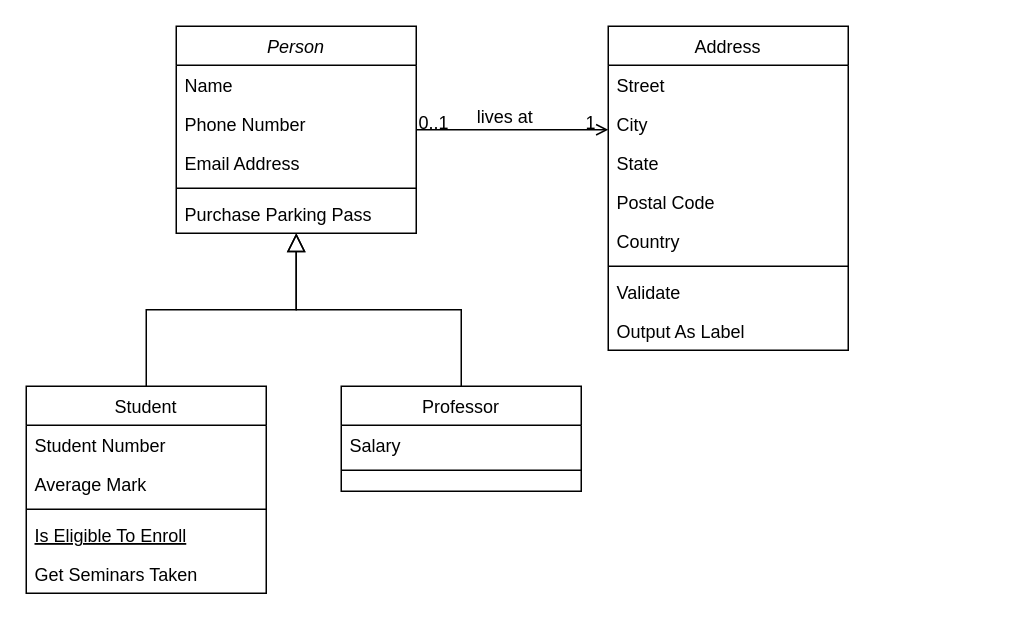
8981/ToDoListAsp.Net keeps this draw.io diagram as Untitled Diagram.drawio. Above is the earlier version. Source tidied: cells renumbered, new cells numbered last; positions are measured from the earlier drawing's top-left corner, leaving out a move shared by most shapes. Both pictures are drawn from the tidied source at 150%, with x=0, y=0 at pixel (26, 26).
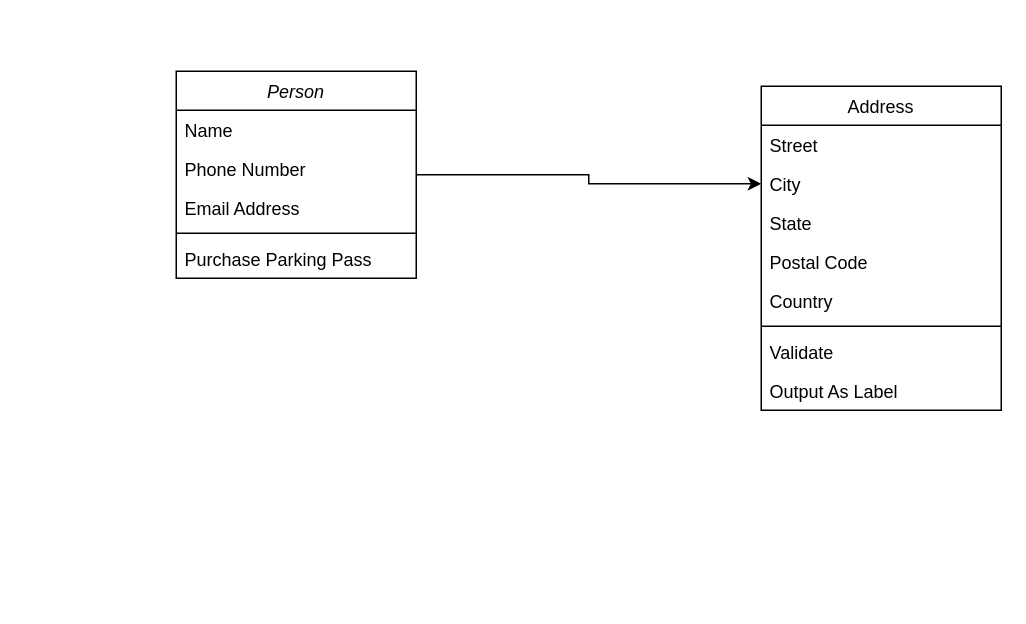
The same page after the edit.

Unchanged cells that the change refers to:
```xml
<mxCell id="21" value="City" style="text;align=left;verticalAlign=top;spacingLeft=4;spacingRight=4;overflow=hidden;points=[[0,0.5],[1,0.5]];portConstraint=eastwest;rounded=0;shadow=0;html=0;" parent="19" vertex="1">
  <mxGeometry y="52" width="160" height="26" as="geometry" />
</mxCell>
```

The edit, as a diff of the source:
```diff
@@
+    <mxCell id="32" style="edgeStyle=orthogonalEdgeStyle;rounded=0;jettySize=auto;html=1;" parent="1" edge="1" source="2" target="21">
+      <mxGeometry relative="1" as="geometry" />
+    </mxCell>
     <mxCell id="2" value="Person" style="swimlane;fontStyle=2;align=center;verticalAlign=top;horizontal=1;startSize=26;rounded=0;shadow=0;strokeWidth=1;" parent="1" vertex="1">
-      <mxGeometry x="100" width="160" height="138" as="geometry" />
+      <mxGeometry x="100" y="30" width="160" height="138" as="geometry" />
     </mxCell>
@@
-    <mxCell id="8" value="Student" style="swimlane;fontStyle=0;align=center;verticalAlign=top;horizontal=1;startSize=26;rounded=0;shadow=0;strokeWidth=1;" parent="1" vertex="1">
-      <mxGeometry y="240" width="160" height="138" as="geometry" />
-    </mxCell>
-    <mxCell id="9" value="Student Number" style="text;align=left;verticalAlign=top;spacingLeft=4;spacingRight=4;overflow=hidden;" parent="8" vertex="1">
-      <mxGeometry y="26" width="160" height="26" as="geometry" />
-    </mxCell>
-    <mxCell id="10" value="Average Mark" style="text;align=left;verticalAlign=top;spacingLeft=4;spacingRight=4;overflow=hidden;rounded=0;shadow=0;html=0;" parent="8" vertex="1">
-      <mxGeometry y="52" width="160" height="26" as="geometry" />
-    </mxCell>
-    <mxCell id="11" style="line;html=1;strokeWidth=1;align=left;verticalAlign=middle;spacingTop=-1;spacingLeft=3;spacingRight=3;labelPosition=right;" parent="8" vertex="1">
-      <mxGeometry y="78" width="160" height="8" as="geometry" />
-    </mxCell>
-    <mxCell id="12" value="Is Eligible To Enroll" style="text;align=left;verticalAlign=top;spacingLeft=4;spacingRight=4;overflow=hidden;fontStyle=4;" parent="8" vertex="1">
-      <mxGeometry y="86" width="160" height="26" as="geometry" />
-    </mxCell>
-    <mxCell id="13" value="Get Seminars Taken" style="text;align=left;verticalAlign=top;spacingLeft=4;spacingRight=4;overflow=hidden;" parent="8" vertex="1">
-      <mxGeometry y="112" width="160" height="26" as="geometry" />
-    </mxCell>
-    <mxCell id="14" style="endArrow=block;endSize=10;endFill=0;shadow=0;strokeWidth=1;rounded=0;edgeStyle=elbowEdgeStyle;elbow=vertical;" parent="1" edge="1" source="8" target="2">
-      <mxGeometry relative="1" as="geometry" />
-    </mxCell>
-    <mxCell id="15" value="Professor" style="swimlane;fontStyle=0;align=center;verticalAlign=top;horizontal=1;startSize=26;rounded=0;shadow=0;strokeWidth=1;" parent="1" vertex="1">
-      <mxGeometry x="210" y="240" width="160" height="70" as="geometry" />
-    </mxCell>
-    <mxCell id="16" value="Salary" style="text;align=left;verticalAlign=top;spacingLeft=4;spacingRight=4;overflow=hidden;" parent="15" vertex="1">
-      <mxGeometry y="26" width="160" height="26" as="geometry" />
-    </mxCell>
-    <mxCell id="17" style="line;html=1;strokeWidth=1;align=left;verticalAlign=middle;spacingTop=-1;spacingLeft=3;spacingRight=3;labelPosition=right;" parent="15" vertex="1">
-      <mxGeometry y="52" width="160" height="8" as="geometry" />
-    </mxCell>
-    <mxCell id="18" style="endArrow=block;endSize=10;endFill=0;shadow=0;strokeWidth=1;rounded=0;edgeStyle=elbowEdgeStyle;elbow=vertical;" parent="1" edge="1" source="15" target="2">
-      <mxGeometry relative="1" as="geometry" />
-    </mxCell>
     <mxCell id="19" value="Address" style="swimlane;fontStyle=0;align=center;verticalAlign=top;horizontal=1;startSize=26;rounded=0;shadow=0;strokeWidth=1;" parent="1" vertex="1">
-      <mxGeometry x="388" width="160" height="216" as="geometry" />
+      <mxGeometry x="490" y="40" width="160" height="216" as="geometry" />
     </mxCell>
@@
-    <mxCell id="28" style="endArrow=open;shadow=0;strokeWidth=1;rounded=0;endFill=1;edgeStyle=elbowEdgeStyle;elbow=vertical;" parent="1" edge="1" source="2" target="19">
-      <mxGeometry x="0.5" y="41" relative="1" as="geometry">
-        <mxPoint x="-40" y="32" as="offset" />
-      </mxGeometry>
-    </mxCell>
-    <mxCell id="29" value="0..1" style="align=left;verticalAlign=bottom;labelBackgroundColor=none;fontSize=12;" parent="28" vertex="1">
-      <mxGeometry x="-1" relative="1" as="geometry">
-        <mxPoint y="4" as="offset" />
-      </mxGeometry>
-    </mxCell>
-    <mxCell id="30" value="1" style="align=right;verticalAlign=bottom;labelBackgroundColor=none;fontSize=12;" parent="28" vertex="1">
-      <mxGeometry x="1" relative="1" as="geometry">
-        <mxPoint x="-7" y="4" as="offset" />
-      </mxGeometry>
-    </mxCell>
-    <mxCell id="31" value="lives at" style="text;html=1;align=center;verticalAlign=middle;labelBackgroundColor=none;rounded=0;shadow=0;strokeWidth=1;fontSize=12;" parent="28" vertex="1">
-      <mxGeometry x="0.5" y="49" relative="1" as="geometry">
-        <mxPoint x="-38" y="40" as="offset" />
-      </mxGeometry>
-    </mxCell>
```
